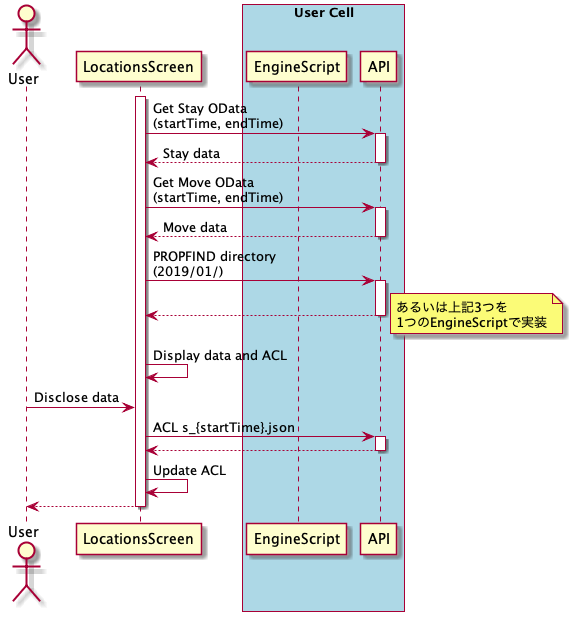
personium/app-personium-trails keeps this PlantUML diagram as docs/design/locations/LocationsScreen.png. Above is the earlier version. The source it was exported from:
```plantuml
@startuml LocationsScreen

actor User
participant LocationsScreen

box "User Cell" #LightBlue
  participant EngineScript
  participant API
end box

activate LocationsScreen
  LocationsScreen -> API : Get Stay OData\n(startTime, endTime)
  activate API
  LocationsScreen <-- API : Stay data
  deactivate API
  LocationsScreen -> API : Get Move OData\n(startTime, endTime)
  activate API
  LocationsScreen <-- API : Move data
  deactivate API
  LocationsScreen -> API : PROPFIND directory\n(2019/01/)
  activate API
  LocationsScreen <-- API
  deactivate API
  note right: あるいは上記3つを\n1つのEngineScriptで実装
  LocationsScreen -> LocationsScreen : Display data and ACL

User -> LocationsScreen : Disclose data
  LocationsScreen -> API : ACL s_{startTime}.json
  activate API
  LocationsScreen <-- API
  deactivate API
  LocationsScreen -> LocationsScreen : Update ACL
User <-- LocationsScreen
deactivate LocationsScreen

@enduml
```
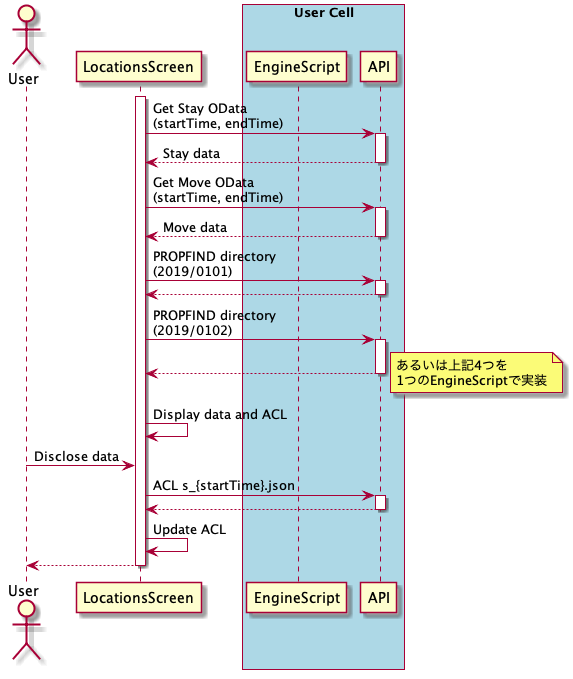
After the change.

What changed in the source:
```diff
@@ -17,11 +17,15 @@
   activate API
   LocationsScreen <-- API : Move data
   deactivate API
-  LocationsScreen -> API : PROPFIND directory\n(2019/01/)
+  LocationsScreen -> API : PROPFIND directory\n(2019/0101)
   activate API
   LocationsScreen <-- API
   deactivate API
-  note right: あるいは上記3つを\n1つのEngineScriptで実装
+  LocationsScreen -> API : PROPFIND directory\n(2019/0102)
+  activate API
+  LocationsScreen <-- API
+  deactivate API
+  note right: あるいは上記4つを\n1つのEngineScriptで実装
   LocationsScreen -> LocationsScreen : Display data and ACL
 
 User -> LocationsScreen : Disclose data
```
